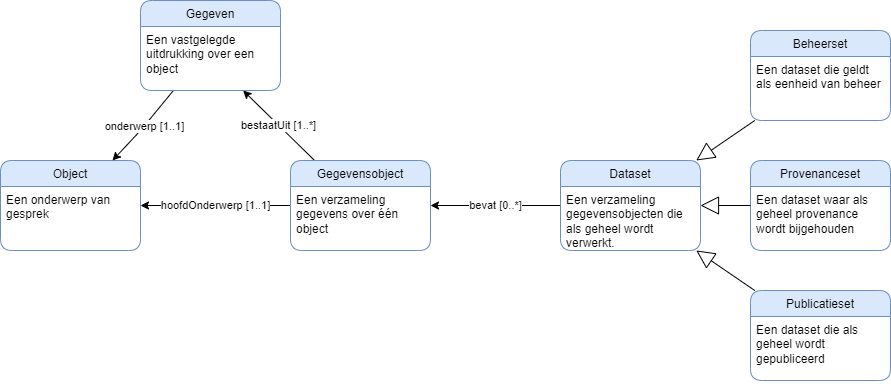
Above: sessies/metadata/versiebeheer/media/versiebeheer.conceptueel.drawio.png in pldn/nederlands-profiel-voor-stelselcatalogi (draw.io), before the change. Source tidied: cells renumbered, new cells last; positions are measured from the earlier drawing's top-left corner, leaving out a move shared by most shapes. Its diagram source:
```xml
<mxGraphModel background="#ffffff">
  <root>
    <mxCell id="0" />
    <mxCell id="1" parent="0" />
    <mxCell id="2" value="Object" style="swimlane;fontStyle=0;horizontal=1;startSize=26;fillColor=#dae8fc;rounded=1;strokeColor=#6c8ebf;" parent="1" vertex="1">
      <mxGeometry y="160" width="140" height="90" as="geometry" />
    </mxCell>
    <mxCell id="3" value="Een onderwerp van gesprek" style="text;strokeColor=none;fillColor=none;align=left;verticalAlign=top;spacingLeft=4;spacingRight=4;overflow=hidden;whiteSpace=wrap;" parent="2" vertex="1">
      <mxGeometry y="26" width="140" height="64" as="geometry" />
    </mxCell>
    <mxCell id="4" value="hoofdOnderwerp [1..1]" style="edgeStyle=none;html=1;" parent="1" edge="1" source="6" target="2">
      <mxGeometry relative="1" as="geometry" />
    </mxCell>
    <mxCell id="5" value="bestaatUit [1..*]" style="edgeStyle=none;html=1;" parent="1" edge="1" source="6" target="22">
      <mxGeometry relative="1" as="geometry" />
    </mxCell>
    <mxCell id="6" value="Gegevensobject" style="swimlane;fontStyle=0;horizontal=1;startSize=26;fillColor=#dae8fc;rounded=1;strokeColor=#6c8ebf;" parent="1" vertex="1">
      <mxGeometry x="290" y="160" width="140" height="90" as="geometry" />
    </mxCell>
    <mxCell id="7" value="Een verzameling gegevens over één object" style="text;strokeColor=none;fillColor=none;align=left;verticalAlign=top;spacingLeft=4;spacingRight=4;overflow=hidden;whiteSpace=wrap;" parent="6" vertex="1">
      <mxGeometry y="26" width="140" height="64" as="geometry" />
    </mxCell>
    <mxCell id="8" value="bevat [0..*]" style="edgeStyle=none;html=1;" parent="1" edge="1" source="9" target="6">
      <mxGeometry relative="1" as="geometry" />
    </mxCell>
    <mxCell id="9" value="Dataset" style="swimlane;fontStyle=0;horizontal=1;startSize=26;fillColor=#dae8fc;rounded=1;strokeColor=#6c8ebf;" parent="1" vertex="1">
      <mxGeometry x="560" y="160" width="140" height="90" as="geometry" />
    </mxCell>
    <mxCell id="10" value="Een verzameling gegevensobjecten die als geheel wordt verwerkt." style="text;strokeColor=none;fillColor=none;align=left;verticalAlign=top;spacingLeft=4;spacingRight=4;overflow=hidden;whiteSpace=wrap;" parent="9" vertex="1">
      <mxGeometry y="26" width="140" height="64" as="geometry" />
    </mxCell>
    <mxCell id="11" value="Beheerset" style="swimlane;fontStyle=0;horizontal=1;startSize=26;fillColor=#dae8fc;rounded=1;strokeColor=#6c8ebf;" parent="1" vertex="1">
      <mxGeometry x="750" y="30" width="140" height="90" as="geometry" />
    </mxCell>
    <mxCell id="12" value="Een dataset die geldt als eenheid van beheer" style="text;strokeColor=none;fillColor=none;align=left;verticalAlign=top;spacingLeft=4;spacingRight=4;overflow=hidden;whiteSpace=wrap;" parent="11" vertex="1">
      <mxGeometry y="26" width="140" height="64" as="geometry" />
    </mxCell>
    <mxCell id="13" value="Provenanceset" style="swimlane;fontStyle=0;horizontal=1;startSize=26;fillColor=#dae8fc;rounded=1;strokeColor=#6c8ebf;" parent="1" vertex="1">
      <mxGeometry x="750" y="160" width="140" height="90" as="geometry" />
    </mxCell>
    <mxCell id="14" value="Een dataset waar als geheel provenance wordt bijgehouden" style="text;strokeColor=none;fillColor=none;align=left;verticalAlign=top;spacingLeft=4;spacingRight=4;overflow=hidden;whiteSpace=wrap;" parent="13" vertex="1">
      <mxGeometry y="26" width="140" height="64" as="geometry" />
    </mxCell>
    <mxCell id="15" value="Publicatieset" style="swimlane;fontStyle=0;horizontal=1;startSize=26;fillColor=#dae8fc;rounded=1;strokeColor=#6c8ebf;" parent="1" vertex="1">
      <mxGeometry x="750" y="290" width="140" height="90" as="geometry" />
    </mxCell>
    <mxCell id="16" value="Een dataset die als geheel wordt gepubliceerd" style="text;strokeColor=none;fillColor=none;align=left;verticalAlign=top;spacingLeft=4;spacingRight=4;overflow=hidden;whiteSpace=wrap;" parent="15" vertex="1">
      <mxGeometry y="26" width="140" height="64" as="geometry" />
    </mxCell>
    <mxCell id="17" style="endArrow=block;endSize=16;endFill=0;html=1;" parent="1" edge="1" source="15" target="9">
      <mxGeometry relative="1" as="geometry" />
    </mxCell>
    <mxCell id="18" style="endArrow=block;endSize=16;endFill=0;html=1;" parent="1" edge="1" source="13" target="9">
      <mxGeometry relative="1" as="geometry" />
    </mxCell>
    <mxCell id="19" style="endArrow=block;endSize=16;endFill=0;html=1;" parent="1" edge="1" source="11" target="9">
      <mxGeometry relative="1" as="geometry" />
    </mxCell>
    <mxCell id="20" value="onderwerp [1..1]" style="edgeStyle=none;html=1;" parent="1" edge="1" source="21" target="2">
      <mxGeometry relative="1" as="geometry">
        <Array as="points">
          <mxPoint x="140" y="130" />
        </Array>
      </mxGeometry>
    </mxCell>
    <mxCell id="21" value="Gegeven" style="swimlane;fontStyle=0;horizontal=1;startSize=26;fillColor=#dae8fc;rounded=1;strokeColor=#6c8ebf;" parent="1" vertex="1">
      <mxGeometry x="140" width="140" height="90" as="geometry" />
    </mxCell>
    <mxCell id="22" value="Een vastgelegde uitdrukking over een object" style="text;strokeColor=none;fillColor=none;align=left;verticalAlign=top;spacingLeft=4;spacingRight=4;overflow=hidden;points=[[0,0.5],[1,0.5]];portConstraint=eastwest;whiteSpace=wrap;" parent="21" vertex="1">
      <mxGeometry y="26" width="140" height="64" as="geometry" />
    </mxCell>
  </root>
</mxGraphModel>
```
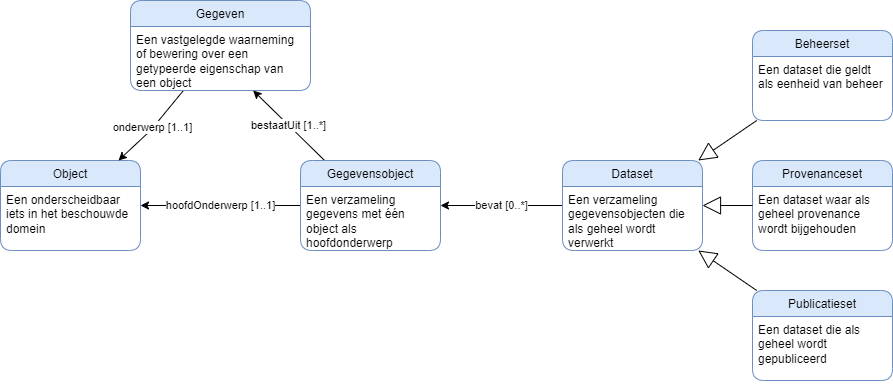
The same file after the commit.

What changed in the source:
```diff
@@ -3,9 +3,9 @@
     <mxCell id="0" />
     <mxCell id="1" parent="0" />
     <mxCell id="2" value="Object" style="swimlane;fontStyle=0;horizontal=1;startSize=26;fillColor=#dae8fc;rounded=1;strokeColor=#6c8ebf;" parent="1" vertex="1">
-      <mxGeometry y="160" width="140" height="90" as="geometry" />
+      <mxGeometry x="-2" y="160" width="140" height="90" as="geometry" />
     </mxCell>
-    <mxCell id="3" value="Een onderwerp van gesprek" style="text;strokeColor=none;fillColor=none;align=left;verticalAlign=top;spacingLeft=4;spacingRight=4;overflow=hidden;whiteSpace=wrap;" parent="2" vertex="1">
+    <mxCell id="3" value="Een onderscheidbaar iets in het beschouwde domein" style="text;strokeColor=none;fillColor=none;align=left;verticalAlign=top;spacingLeft=4;spacingRight=4;overflow=hidden;whiteSpace=wrap;" parent="2" vertex="1">
       <mxGeometry y="26" width="140" height="64" as="geometry" />
     </mxCell>
     <mxCell id="4" value="hoofdOnderwerp [1..1]" style="edgeStyle=none;html=1;" parent="1" edge="1" source="6" target="2">
@@ -15,9 +15,9 @@
       <mxGeometry relative="1" as="geometry" />
     </mxCell>
     <mxCell id="6" value="Gegevensobject" style="swimlane;fontStyle=0;horizontal=1;startSize=26;fillColor=#dae8fc;rounded=1;strokeColor=#6c8ebf;" parent="1" vertex="1">
-      <mxGeometry x="290" y="160" width="140" height="90" as="geometry" />
+      <mxGeometry x="298" y="160" width="140" height="90" as="geometry" />
     </mxCell>
-    <mxCell id="7" value="Een verzameling gegevens over één object" style="text;strokeColor=none;fillColor=none;align=left;verticalAlign=top;spacingLeft=4;spacingRight=4;overflow=hidden;whiteSpace=wrap;" parent="6" vertex="1">
+    <mxCell id="7" value="Een verzameling gegevens met één object als hoofdonderwerp" style="text;strokeColor=none;fillColor=none;align=left;verticalAlign=top;spacingLeft=4;spacingRight=4;overflow=hidden;whiteSpace=wrap;" parent="6" vertex="1">
       <mxGeometry y="26" width="140" height="64" as="geometry" />
     </mxCell>
     <mxCell id="8" value="bevat [0..*]" style="edgeStyle=none;html=1;" parent="1" edge="1" source="9" target="6">
@@ -26,7 +26,7 @@
     <mxCell id="9" value="Dataset" style="swimlane;fontStyle=0;horizontal=1;startSize=26;fillColor=#dae8fc;rounded=1;strokeColor=#6c8ebf;" parent="1" vertex="1">
       <mxGeometry x="560" y="160" width="140" height="90" as="geometry" />
     </mxCell>
-    <mxCell id="10" value="Een verzameling gegevensobjecten die als geheel wordt verwerkt." style="text;strokeColor=none;fillColor=none;align=left;verticalAlign=top;spacingLeft=4;spacingRight=4;overflow=hidden;whiteSpace=wrap;" parent="9" vertex="1">
+    <mxCell id="10" value="Een verzameling gegevensobjecten die als geheel wordt verwerkt" style="text;strokeColor=none;fillColor=none;align=left;verticalAlign=top;spacingLeft=4;spacingRight=4;overflow=hidden;whiteSpace=wrap;" parent="9" vertex="1">
       <mxGeometry y="26" width="140" height="64" as="geometry" />
     </mxCell>
     <mxCell id="11" value="Beheerset" style="swimlane;fontStyle=0;horizontal=1;startSize=26;fillColor=#dae8fc;rounded=1;strokeColor=#6c8ebf;" parent="1" vertex="1">
@@ -59,15 +59,15 @@
     <mxCell id="20" value="onderwerp [1..1]" style="edgeStyle=none;html=1;" parent="1" edge="1" source="21" target="2">
       <mxGeometry relative="1" as="geometry">
         <Array as="points">
-          <mxPoint x="140" y="130" />
+          <mxPoint x="148" y="130" />
         </Array>
       </mxGeometry>
     </mxCell>
     <mxCell id="21" value="Gegeven" style="swimlane;fontStyle=0;horizontal=1;startSize=26;fillColor=#dae8fc;rounded=1;strokeColor=#6c8ebf;" parent="1" vertex="1">
-      <mxGeometry x="140" width="140" height="90" as="geometry" />
+      <mxGeometry x="128" width="180" height="90" as="geometry" />
     </mxCell>
-    <mxCell id="22" value="Een vastgelegde uitdrukking over een object" style="text;strokeColor=none;fillColor=none;align=left;verticalAlign=top;spacingLeft=4;spacingRight=4;overflow=hidden;points=[[0,0.5],[1,0.5]];portConstraint=eastwest;whiteSpace=wrap;" parent="21" vertex="1">
-      <mxGeometry y="26" width="140" height="64" as="geometry" />
+    <mxCell id="22" value="Een vastgelegde waarneming of bewering over een getypeerde eigenschap van een object" style="text;strokeColor=none;fillColor=none;align=left;verticalAlign=top;spacingLeft=4;spacingRight=4;overflow=hidden;points=[[0,0.5],[1,0.5]];portConstraint=eastwest;whiteSpace=wrap;" parent="21" vertex="1">
+      <mxGeometry y="26" width="180" height="64" as="geometry" />
     </mxCell>
   </root>
 </mxGraphModel>
```
